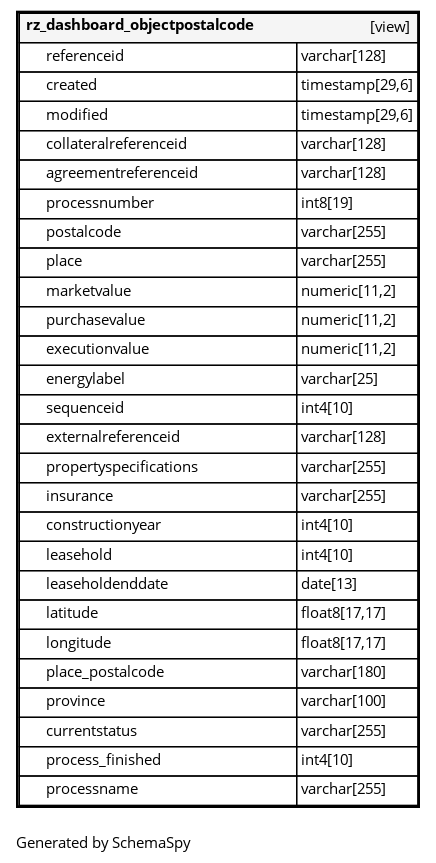
Earlier version of the Graphviz export FDA/v2022.2.x/diagrams/tables/rz_dashboard_objectpostalcode.1degree.png (fyndoo/fyndoo.github.io). Its source is kept beside it as FDA/v2022.2.x/diagrams/tables/rz_dashboard_objectpostalcode.1degree.dot.
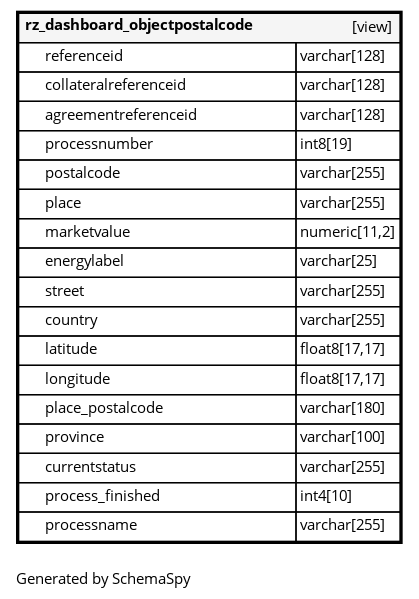
Later version of the same file.

The edit, as a diff of the source:
```diff
@@ -5,24 +5,15 @@
     <TABLE BORDER="2" CELLBORDER="1" CELLSPACING="0" BGCOLOR="#ffffff">
       <TR><TD COLSPAN="4"  BGCOLOR="#f5f5f5"><TABLE BORDER="0" CELLSPACING="0"><TR><TD ALIGN="LEFT" FIXEDSIZE="TRUE" WIDTH="187" HEIGHT="16"><B>rz_dashboard_objectpostalcode</B></TD><TD ALIGN="RIGHT">[view]</TD></TR></TABLE></TD></TR>
       <TR><TD PORT="referenceid" COLSPAN="2" ALIGN="LEFT"><TABLE BORDER="0" CELLSPACING="0" ALIGN="LEFT"><TR ALIGN="LEFT"><TD ALIGN="LEFT" FIXEDSIZE="TRUE" WIDTH="15" HEIGHT="16"></TD><TD ALIGN="LEFT" FIXEDSIZE="TRUE" WIDTH="187" HEIGHT="16">referenceid</TD></TR></TABLE></TD><TD PORT="referenceid.type" ALIGN="LEFT">varchar[128]</TD></TR>
-      <TR><TD PORT="created" COLSPAN="2" ALIGN="LEFT"><TABLE BORDER="0" CELLSPACING="0" ALIGN="LEFT"><TR ALIGN="LEFT"><TD ALIGN="LEFT" FIXEDSIZE="TRUE" WIDTH="15" HEIGHT="16"></TD><TD ALIGN="LEFT" FIXEDSIZE="TRUE" WIDTH="187" HEIGHT="16">created</TD></TR></TABLE></TD><TD PORT="created.type" ALIGN="LEFT">timestamp[29,6]</TD></TR>
-      <TR><TD PORT="modified" COLSPAN="2" ALIGN="LEFT"><TABLE BORDER="0" CELLSPACING="0" ALIGN="LEFT"><TR ALIGN="LEFT"><TD ALIGN="LEFT" FIXEDSIZE="TRUE" WIDTH="15" HEIGHT="16"></TD><TD ALIGN="LEFT" FIXEDSIZE="TRUE" WIDTH="187" HEIGHT="16">modified</TD></TR></TABLE></TD><TD PORT="modified.type" ALIGN="LEFT">timestamp[29,6]</TD></TR>
       <TR><TD PORT="collateralreferenceid" COLSPAN="2" ALIGN="LEFT"><TABLE BORDER="0" CELLSPACING="0" ALIGN="LEFT"><TR ALIGN="LEFT"><TD ALIGN="LEFT" FIXEDSIZE="TRUE" WIDTH="15" HEIGHT="16"></TD><TD ALIGN="LEFT" FIXEDSIZE="TRUE" WIDTH="187" HEIGHT="16">collateralreferenceid</TD></TR></TABLE></TD><TD PORT="collateralreferenceid.type" ALIGN="LEFT">varchar[128]</TD></TR>
       <TR><TD PORT="agreementreferenceid" COLSPAN="2" ALIGN="LEFT"><TABLE BORDER="0" CELLSPACING="0" ALIGN="LEFT"><TR ALIGN="LEFT"><TD ALIGN="LEFT" FIXEDSIZE="TRUE" WIDTH="15" HEIGHT="16"></TD><TD ALIGN="LEFT" FIXEDSIZE="TRUE" WIDTH="187" HEIGHT="16">agreementreferenceid</TD></TR></TABLE></TD><TD PORT="agreementreferenceid.type" ALIGN="LEFT">varchar[128]</TD></TR>
       <TR><TD PORT="processnumber" COLSPAN="2" ALIGN="LEFT"><TABLE BORDER="0" CELLSPACING="0" ALIGN="LEFT"><TR ALIGN="LEFT"><TD ALIGN="LEFT" FIXEDSIZE="TRUE" WIDTH="15" HEIGHT="16"></TD><TD ALIGN="LEFT" FIXEDSIZE="TRUE" WIDTH="187" HEIGHT="16">processnumber</TD></TR></TABLE></TD><TD PORT="processnumber.type" ALIGN="LEFT">int8[19]</TD></TR>
       <TR><TD PORT="postalcode" COLSPAN="2" ALIGN="LEFT"><TABLE BORDER="0" CELLSPACING="0" ALIGN="LEFT"><TR ALIGN="LEFT"><TD ALIGN="LEFT" FIXEDSIZE="TRUE" WIDTH="15" HEIGHT="16"></TD><TD ALIGN="LEFT" FIXEDSIZE="TRUE" WIDTH="187" HEIGHT="16">postalcode</TD></TR></TABLE></TD><TD PORT="postalcode.type" ALIGN="LEFT">varchar[255]</TD></TR>
       <TR><TD PORT="place" COLSPAN="2" ALIGN="LEFT"><TABLE BORDER="0" CELLSPACING="0" ALIGN="LEFT"><TR ALIGN="LEFT"><TD ALIGN="LEFT" FIXEDSIZE="TRUE" WIDTH="15" HEIGHT="16"></TD><TD ALIGN="LEFT" FIXEDSIZE="TRUE" WIDTH="187" HEIGHT="16">place</TD></TR></TABLE></TD><TD PORT="place.type" ALIGN="LEFT">varchar[255]</TD></TR>
       <TR><TD PORT="marketvalue" COLSPAN="2" ALIGN="LEFT"><TABLE BORDER="0" CELLSPACING="0" ALIGN="LEFT"><TR ALIGN="LEFT"><TD ALIGN="LEFT" FIXEDSIZE="TRUE" WIDTH="15" HEIGHT="16"></TD><TD ALIGN="LEFT" FIXEDSIZE="TRUE" WIDTH="187" HEIGHT="16">marketvalue</TD></TR></TABLE></TD><TD PORT="marketvalue.type" ALIGN="LEFT">numeric[11,2]</TD></TR>
-      <TR><TD PORT="purchasevalue" COLSPAN="2" ALIGN="LEFT"><TABLE BORDER="0" CELLSPACING="0" ALIGN="LEFT"><TR ALIGN="LEFT"><TD ALIGN="LEFT" FIXEDSIZE="TRUE" WIDTH="15" HEIGHT="16"></TD><TD ALIGN="LEFT" FIXEDSIZE="TRUE" WIDTH="187" HEIGHT="16">purchasevalue</TD></TR></TABLE></TD><TD PORT="purchasevalue.type" ALIGN="LEFT">numeric[11,2]</TD></TR>
-      <TR><TD PORT="executionvalue" COLSPAN="2" ALIGN="LEFT"><TABLE BORDER="0" CELLSPACING="0" ALIGN="LEFT"><TR ALIGN="LEFT"><TD ALIGN="LEFT" FIXEDSIZE="TRUE" WIDTH="15" HEIGHT="16"></TD><TD ALIGN="LEFT" FIXEDSIZE="TRUE" WIDTH="187" HEIGHT="16">executionvalue</TD></TR></TABLE></TD><TD PORT="executionvalue.type" ALIGN="LEFT">numeric[11,2]</TD></TR>
       <TR><TD PORT="energylabel" COLSPAN="2" ALIGN="LEFT"><TABLE BORDER="0" CELLSPACING="0" ALIGN="LEFT"><TR ALIGN="LEFT"><TD ALIGN="LEFT" FIXEDSIZE="TRUE" WIDTH="15" HEIGHT="16"></TD><TD ALIGN="LEFT" FIXEDSIZE="TRUE" WIDTH="187" HEIGHT="16">energylabel</TD></TR></TABLE></TD><TD PORT="energylabel.type" ALIGN="LEFT">varchar[25]</TD></TR>
-      <TR><TD PORT="sequenceid" COLSPAN="2" ALIGN="LEFT"><TABLE BORDER="0" CELLSPACING="0" ALIGN="LEFT"><TR ALIGN="LEFT"><TD ALIGN="LEFT" FIXEDSIZE="TRUE" WIDTH="15" HEIGHT="16"></TD><TD ALIGN="LEFT" FIXEDSIZE="TRUE" WIDTH="187" HEIGHT="16">sequenceid</TD></TR></TABLE></TD><TD PORT="sequenceid.type" ALIGN="LEFT">int4[10]</TD></TR>
-      <TR><TD PORT="externalreferenceid" COLSPAN="2" ALIGN="LEFT"><TABLE BORDER="0" CELLSPACING="0" ALIGN="LEFT"><TR ALIGN="LEFT"><TD ALIGN="LEFT" FIXEDSIZE="TRUE" WIDTH="15" HEIGHT="16"></TD><TD ALIGN="LEFT" FIXEDSIZE="TRUE" WIDTH="187" HEIGHT="16">externalreferenceid</TD></TR></TABLE></TD><TD PORT="externalreferenceid.type" ALIGN="LEFT">varchar[128]</TD></TR>
-      <TR><TD PORT="propertyspecifications" COLSPAN="2" ALIGN="LEFT"><TABLE BORDER="0" CELLSPACING="0" ALIGN="LEFT"><TR ALIGN="LEFT"><TD ALIGN="LEFT" FIXEDSIZE="TRUE" WIDTH="15" HEIGHT="16"></TD><TD ALIGN="LEFT" FIXEDSIZE="TRUE" WIDTH="187" HEIGHT="16">propertyspecifications</TD></TR></TABLE></TD><TD PORT="propertyspecifications.type" ALIGN="LEFT">varchar[255]</TD></TR>
-      <TR><TD PORT="insurance" COLSPAN="2" ALIGN="LEFT"><TABLE BORDER="0" CELLSPACING="0" ALIGN="LEFT"><TR ALIGN="LEFT"><TD ALIGN="LEFT" FIXEDSIZE="TRUE" WIDTH="15" HEIGHT="16"></TD><TD ALIGN="LEFT" FIXEDSIZE="TRUE" WIDTH="187" HEIGHT="16">insurance</TD></TR></TABLE></TD><TD PORT="insurance.type" ALIGN="LEFT">varchar[255]</TD></TR>
-      <TR><TD PORT="constructionyear" COLSPAN="2" ALIGN="LEFT"><TABLE BORDER="0" CELLSPACING="0" ALIGN="LEFT"><TR ALIGN="LEFT"><TD ALIGN="LEFT" FIXEDSIZE="TRUE" WIDTH="15" HEIGHT="16"></TD><TD ALIGN="LEFT" FIXEDSIZE="TRUE" WIDTH="187" HEIGHT="16">constructionyear</TD></TR></TABLE></TD><TD PORT="constructionyear.type" ALIGN="LEFT">int4[10]</TD></TR>
-      <TR><TD PORT="leasehold" COLSPAN="2" ALIGN="LEFT"><TABLE BORDER="0" CELLSPACING="0" ALIGN="LEFT"><TR ALIGN="LEFT"><TD ALIGN="LEFT" FIXEDSIZE="TRUE" WIDTH="15" HEIGHT="16"></TD><TD ALIGN="LEFT" FIXEDSIZE="TRUE" WIDTH="187" HEIGHT="16">leasehold</TD></TR></TABLE></TD><TD PORT="leasehold.type" ALIGN="LEFT">int4[10]</TD></TR>
-      <TR><TD PORT="leaseholdenddate" COLSPAN="2" ALIGN="LEFT"><TABLE BORDER="0" CELLSPACING="0" ALIGN="LEFT"><TR ALIGN="LEFT"><TD ALIGN="LEFT" FIXEDSIZE="TRUE" WIDTH="15" HEIGHT="16"></TD><TD ALIGN="LEFT" FIXEDSIZE="TRUE" WIDTH="187" HEIGHT="16">leaseholdenddate</TD></TR></TABLE></TD><TD PORT="leaseholdenddate.type" ALIGN="LEFT">date[13]</TD></TR>
+      <TR><TD PORT="street" COLSPAN="2" ALIGN="LEFT"><TABLE BORDER="0" CELLSPACING="0" ALIGN="LEFT"><TR ALIGN="LEFT"><TD ALIGN="LEFT" FIXEDSIZE="TRUE" WIDTH="15" HEIGHT="16"></TD><TD ALIGN="LEFT" FIXEDSIZE="TRUE" WIDTH="187" HEIGHT="16">street</TD></TR></TABLE></TD><TD PORT="street.type" ALIGN="LEFT">varchar[255]</TD></TR>
+      <TR><TD PORT="country" COLSPAN="2" ALIGN="LEFT"><TABLE BORDER="0" CELLSPACING="0" ALIGN="LEFT"><TR ALIGN="LEFT"><TD ALIGN="LEFT" FIXEDSIZE="TRUE" WIDTH="15" HEIGHT="16"></TD><TD ALIGN="LEFT" FIXEDSIZE="TRUE" WIDTH="187" HEIGHT="16">country</TD></TR></TABLE></TD><TD PORT="country.type" ALIGN="LEFT">varchar[255]</TD></TR>
       <TR><TD PORT="latitude" COLSPAN="2" ALIGN="LEFT"><TABLE BORDER="0" CELLSPACING="0" ALIGN="LEFT"><TR ALIGN="LEFT"><TD ALIGN="LEFT" FIXEDSIZE="TRUE" WIDTH="15" HEIGHT="16"></TD><TD ALIGN="LEFT" FIXEDSIZE="TRUE" WIDTH="187" HEIGHT="16">latitude</TD></TR></TABLE></TD><TD PORT="latitude.type" ALIGN="LEFT">float8[17,17]</TD></TR>
       <TR><TD PORT="longitude" COLSPAN="2" ALIGN="LEFT"><TABLE BORDER="0" CELLSPACING="0" ALIGN="LEFT"><TR ALIGN="LEFT"><TD ALIGN="LEFT" FIXEDSIZE="TRUE" WIDTH="15" HEIGHT="16"></TD><TD ALIGN="LEFT" FIXEDSIZE="TRUE" WIDTH="187" HEIGHT="16">longitude</TD></TR></TABLE></TD><TD PORT="longitude.type" ALIGN="LEFT">float8[17,17]</TD></TR>
       <TR><TD PORT="place_postalcode" COLSPAN="2" ALIGN="LEFT"><TABLE BORDER="0" CELLSPACING="0" ALIGN="LEFT"><TR ALIGN="LEFT"><TD ALIGN="LEFT" FIXEDSIZE="TRUE" WIDTH="15" HEIGHT="16"></TD><TD ALIGN="LEFT" FIXEDSIZE="TRUE" WIDTH="187" HEIGHT="16">place_postalcode</TD></TR></TABLE></TD><TD PORT="place_postalcode.type" ALIGN="LEFT">varchar[180]</TD></TR>
```
